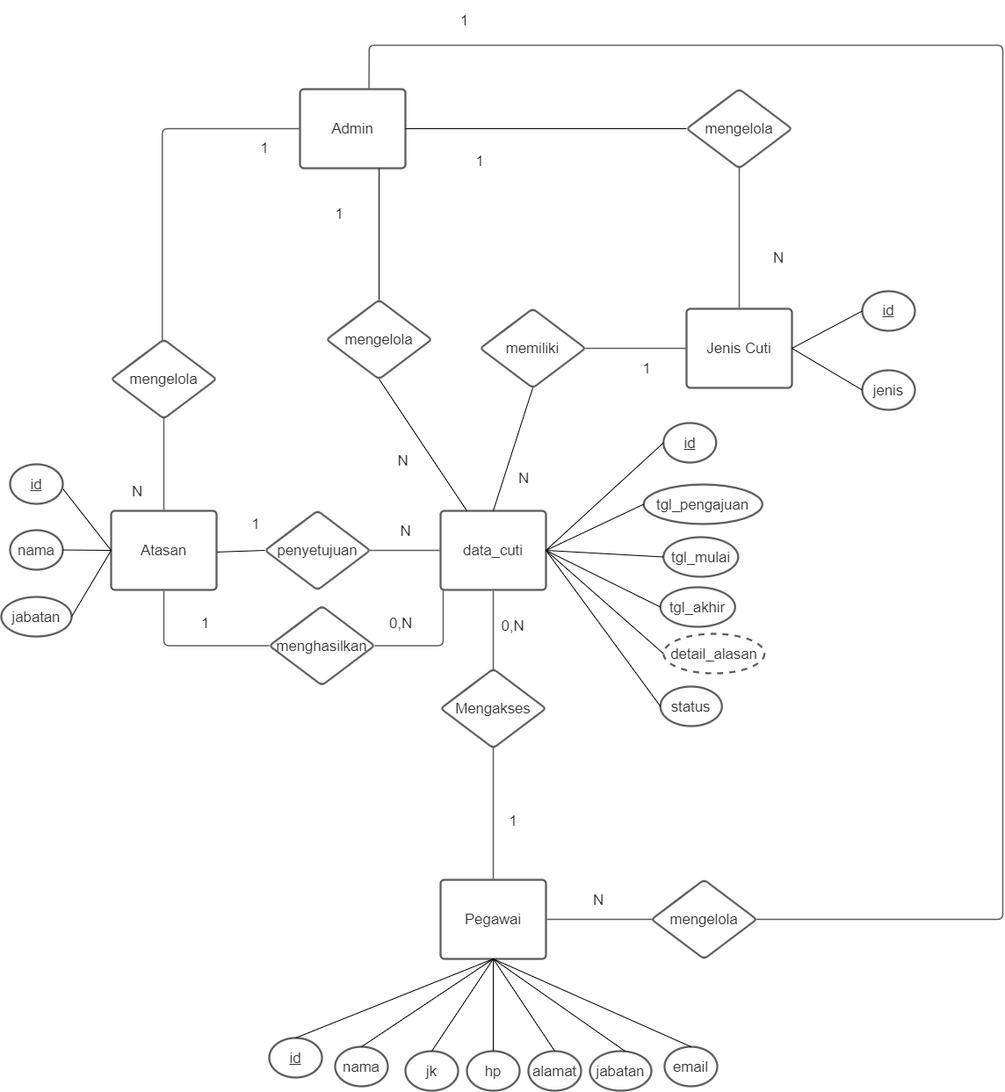
Earlier version of the draw.io export Untitled Diagram.drawio.png (syahrolus/erd). Source tidied: cells renumbered, new cells last; positions are measured from the earlier drawing's top-left corner, leaving out a move shared by most shapes.
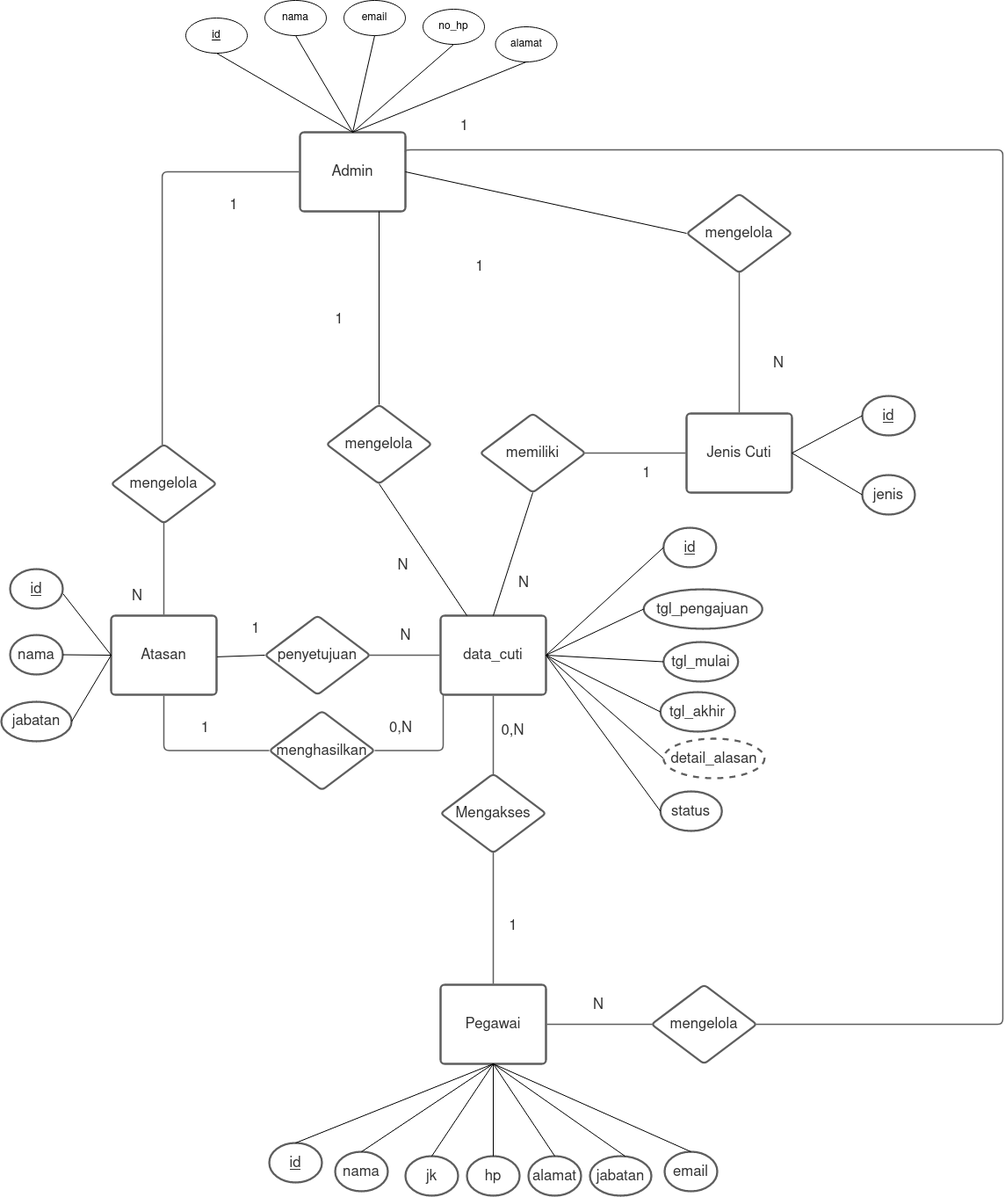
The same diagram one commit later.

What changed in the source:
```diff
@@ -3,7 +3,7 @@
     <mxCell id="0" />
     <mxCell id="1" parent="0" />
     <mxCell id="2" value="Admin" style="html=1;overflow=block;blockSpacing=1;whiteSpace=wrap;whiteSpace=wrap;fontSize=16.7;fontColor=#333333;spacing=9;strokeColor=#5e5e5e;strokeOpacity=100;rounded=1;absoluteArcSize=1;arcSize=9;strokeWidth=2.3;" parent="1" vertex="1">
-      <mxGeometry x="340" y="100" width="120" height="90" as="geometry" />
+      <mxGeometry x="340" y="30" width="120" height="90" as="geometry" />
     </mxCell>
     <mxCell id="3" value="Atasan" style="html=1;overflow=block;blockSpacing=1;whiteSpace=wrap;whiteSpace=wrap;fontSize=16.7;fontColor=#333333;spacing=9;strokeColor=#5e5e5e;strokeOpacity=100;rounded=1;absoluteArcSize=1;arcSize=9;strokeWidth=2.3;" parent="1" vertex="1">
       <mxGeometry x="125" y="580" width="120" height="90" as="geometry" />
@@ -69,7 +69,7 @@
       <mxGeometry x="432.5" y="580" width="55" height="45" as="geometry" />
     </mxCell>
     <mxCell id="24" value="1" style="html=1;overflow=block;blockSpacing=1;whiteSpace=wrap;whiteSpace=wrap;fontSize=16.7;fontColor=#333333;spacing=3.8;strokeOpacity=0;fillOpacity=0;rounded=1;absoluteArcSize=1;arcSize=9;fillColor=#ffffff;strokeWidth=2.3;" parent="1" vertex="1">
-      <mxGeometry x="210" y="145" width="180" height="45" as="geometry" />
+      <mxGeometry x="175" y="90" width="180" height="45" as="geometry" />
     </mxCell>
     <mxCell id="25" style="html=1;jettySize=18;whiteSpace=wrap;fontSize=13;strokeColor=#5E5E5E;strokeWidth=1.5;rounded=1;arcSize=12;edgeStyle=orthogonalEdgeStyle;startArrow=none;endArrow=none;exitX=0.5;exitY=0.994;exitPerimeter=0;entryX=0.5;entryY=-0.012;entryPerimeter=0;" parent="1" edge="1" source="18" target="3">
       <mxGeometry relative="1" as="geometry" />
@@ -95,10 +95,10 @@
     <mxCell id="32" value="mengelola" style="html=1;overflow=block;blockSpacing=1;whiteSpace=wrap;rhombus;whiteSpace=wrap;fontSize=16.7;fontColor=#333333;spacing=3.8;strokeColor=#5e5e5e;strokeOpacity=100;rounded=1;absoluteArcSize=1;arcSize=9;strokeWidth=2.3;" parent="1" vertex="1">
       <mxGeometry x="740" y="1000" width="120" height="90" as="geometry" />
     </mxCell>
-    <mxCell id="33" style="html=1;jettySize=18;whiteSpace=wrap;fontSize=13;strokeColor=#5E5E5E;strokeWidth=1.5;rounded=1;arcSize=12;edgeStyle=orthogonalEdgeStyle;startArrow=none;endArrow=none;exitX=0.655;exitY=-0.012;exitPerimeter=0;entryX=0.991;entryY=0.5;entryPerimeter=0;" parent="1" edge="1" source="2" target="32">
+    <mxCell id="33" style="html=1;jettySize=18;whiteSpace=wrap;fontSize=13;strokeColor=#5E5E5E;strokeWidth=1.5;rounded=1;arcSize=12;edgeStyle=orthogonalEdgeStyle;startArrow=none;endArrow=none;entryX=0.991;entryY=0.5;entryPerimeter=0;exitX=1;exitY=0.25;exitDx=0;exitDy=0;" parent="1" edge="1" source="2" target="32">
       <mxGeometry relative="1" as="geometry">
         <Array as="points">
-          <mxPoint x="419" y="50" />
+          <mxPoint x="460" y="50" />
           <mxPoint x="1140" y="50" />
           <mxPoint x="1140" y="1045" />
         </Array>
@@ -251,5 +251,35 @@
     <mxCell id="82" style="endArrow=none;html=1;rounded=0;exitX=1;exitY=0.5;exitDx=0;exitDy=0;entryX=0;entryY=0.5;entryDx=0;entryDy=0;" parent="1" edge="1" source="5" target="81">
       <mxGeometry relative="1" as="geometry" />
     </mxCell>
+    <mxCell id="83" value="&lt;u&gt;id&lt;/u&gt;" style="ellipse;whiteSpace=wrap;html=1;" parent="1" vertex="1">
+      <mxGeometry x="210" y="-100" width="70" height="40" as="geometry" />
+    </mxCell>
+    <mxCell id="84" value="nama" style="ellipse;whiteSpace=wrap;html=1;" parent="1" vertex="1">
+      <mxGeometry x="300" y="-120" width="70" height="40" as="geometry" />
+    </mxCell>
+    <mxCell id="85" value="email" style="ellipse;whiteSpace=wrap;html=1;" parent="1" vertex="1">
+      <mxGeometry x="390" y="-120" width="70" height="40" as="geometry" />
+    </mxCell>
+    <mxCell id="86" value="no_hp" style="ellipse;whiteSpace=wrap;html=1;" parent="1" vertex="1">
+      <mxGeometry x="480" y="-110" width="70" height="40" as="geometry" />
+    </mxCell>
+    <mxCell id="87" value="alamat" style="ellipse;whiteSpace=wrap;html=1;" parent="1" vertex="1">
+      <mxGeometry x="562.5" y="-90" width="70" height="40" as="geometry" />
+    </mxCell>
+    <mxCell id="88" style="endArrow=none;html=1;rounded=0;exitX=0.5;exitY=0;exitDx=0;exitDy=0;entryX=0.5;entryY=1;entryDx=0;entryDy=0;" parent="1" edge="1" source="2" target="83">
+      <mxGeometry relative="1" as="geometry" />
+    </mxCell>
+    <mxCell id="89" style="endArrow=none;html=1;rounded=0;exitX=0.5;exitY=0;exitDx=0;exitDy=0;entryX=0.5;entryY=1;entryDx=0;entryDy=0;" parent="1" edge="1" source="2" target="84">
+      <mxGeometry relative="1" as="geometry" />
+    </mxCell>
+    <mxCell id="90" style="endArrow=none;html=1;rounded=0;exitX=0.5;exitY=0;exitDx=0;exitDy=0;entryX=0.5;entryY=1;entryDx=0;entryDy=0;" parent="1" edge="1" source="2" target="85">
+      <mxGeometry relative="1" as="geometry" />
+    </mxCell>
+    <mxCell id="91" style="endArrow=none;html=1;rounded=0;exitX=0.5;exitY=0;exitDx=0;exitDy=0;entryX=0.5;entryY=1;entryDx=0;entryDy=0;" parent="1" edge="1" source="2" target="86">
+      <mxGeometry relative="1" as="geometry" />
+    </mxCell>
+    <mxCell id="92" style="endArrow=none;html=1;rounded=0;exitX=0.5;exitY=0;exitDx=0;exitDy=0;entryX=0.5;entryY=1;entryDx=0;entryDy=0;" parent="1" edge="1" source="2" target="87">
+      <mxGeometry relative="1" as="geometry" />
+    </mxCell>
   </root>
 </mxGraphModel>
```
